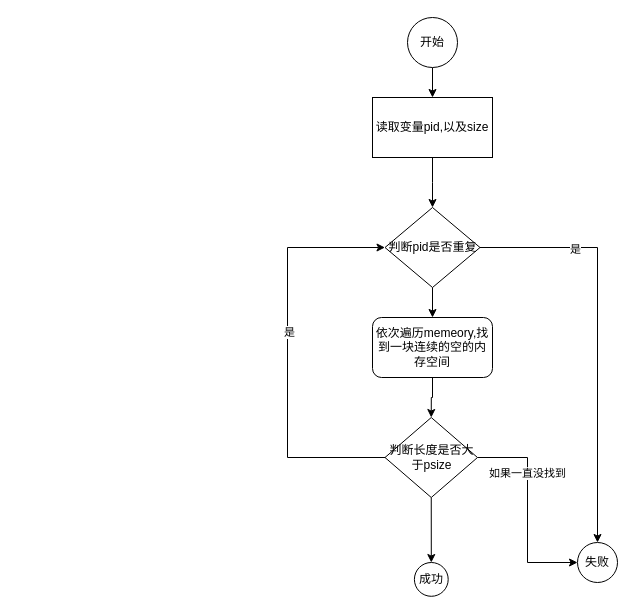
hekeyas/test keeps this draw.io diagram as 未命名绘图.drawio. Above is the earlier version. Source tidied: cells renumbered, new cells numbered last; positions are measured from the earlier drawing's top-left corner, leaving out a move shared by most shapes. Both pictures are drawn from the tidied source at 100%, with x=0, y=0 at pixel (287, 17).
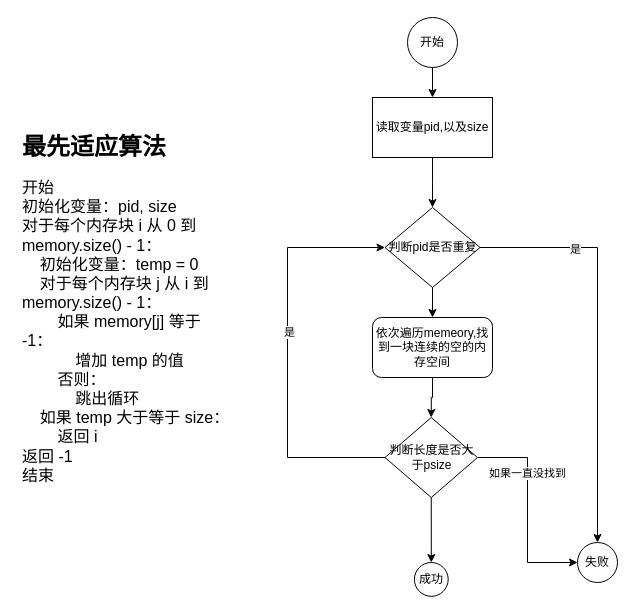
After the change.

Diff of the diagram source:
```diff
@@
+    <mxCell id="20" value="&lt;h1&gt;最先适应算法&lt;/h1&gt;&lt;div style=&quot;font-size: 16px;&quot;&gt;&lt;div style=&quot;&quot;&gt;&lt;font style=&quot;font-size: 16px;&quot;&gt;开始&lt;/font&gt;&lt;/div&gt;&lt;div style=&quot;&quot;&gt;&lt;font style=&quot;font-size: 16px;&quot;&gt;初始化变量：pid, size&lt;/font&gt;&lt;/div&gt;&lt;div style=&quot;&quot;&gt;&lt;font style=&quot;font-size: 16px;&quot;&gt;对于每个内存块 i 从 0 到 memory.size() - 1：&lt;/font&gt;&lt;/div&gt;&lt;div style=&quot;&quot;&gt;&lt;font style=&quot;font-size: 16px;&quot;&gt;&amp;nbsp; &amp;nbsp; 初始化变量：temp = 0&lt;/font&gt;&lt;/div&gt;&lt;div style=&quot;&quot;&gt;&lt;font style=&quot;font-size: 16px;&quot;&gt;&amp;nbsp; &amp;nbsp; 对于每个内存块 j 从 i 到 memory.size() - 1：&lt;/font&gt;&lt;/div&gt;&lt;div style=&quot;&quot;&gt;&lt;font style=&quot;font-size: 16px;&quot;&gt;&amp;nbsp; &amp;nbsp; &amp;nbsp; &amp;nbsp; 如果 memory[j] 等于 -1：&lt;/font&gt;&lt;/div&gt;&lt;div style=&quot;&quot;&gt;&lt;font style=&quot;font-size: 16px;&quot;&gt;&amp;nbsp; &amp;nbsp; &amp;nbsp; &amp;nbsp; &amp;nbsp; &amp;nbsp; 增加 temp 的值&lt;/font&gt;&lt;/div&gt;&lt;div style=&quot;&quot;&gt;&lt;font style=&quot;font-size: 16px;&quot;&gt;&amp;nbsp; &amp;nbsp; &amp;nbsp; &amp;nbsp; 否则：&lt;/font&gt;&lt;/div&gt;&lt;div style=&quot;&quot;&gt;&lt;font style=&quot;font-size: 16px;&quot;&gt;&amp;nbsp; &amp;nbsp; &amp;nbsp; &amp;nbsp; &amp;nbsp; &amp;nbsp; 跳出循环&lt;/font&gt;&lt;/div&gt;&lt;div style=&quot;&quot;&gt;&lt;font style=&quot;font-size: 16px;&quot;&gt;&amp;nbsp; &amp;nbsp; 如果 temp 大于等于 size：&lt;/font&gt;&lt;/div&gt;&lt;div style=&quot;&quot;&gt;&lt;font style=&quot;font-size: 16px;&quot;&gt;&amp;nbsp; &amp;nbsp; &amp;nbsp; &amp;nbsp; 返回 i&lt;/font&gt;&lt;/div&gt;&lt;div style=&quot;&quot;&gt;&lt;font style=&quot;font-size: 16px;&quot;&gt;返回 -1&lt;/font&gt;&lt;/div&gt;&lt;div style=&quot;&quot;&gt;&lt;font style=&quot;font-size: 16px;&quot;&gt;结束&lt;/font&gt;&lt;/div&gt;&lt;/div&gt;&lt;div style=&quot;font-size: 16px;&quot;&gt;&lt;br&gt;&lt;/div&gt;" style="text;html=1;strokeColor=none;fillColor=none;spacing=5;spacingTop=-20;whiteSpace=wrap;overflow=hidden;rounded=0;" parent="1" vertex="1">
+      <mxGeometry x="-270" y="110" width="220" height="390" as="geometry" />
+    </mxCell>
```
